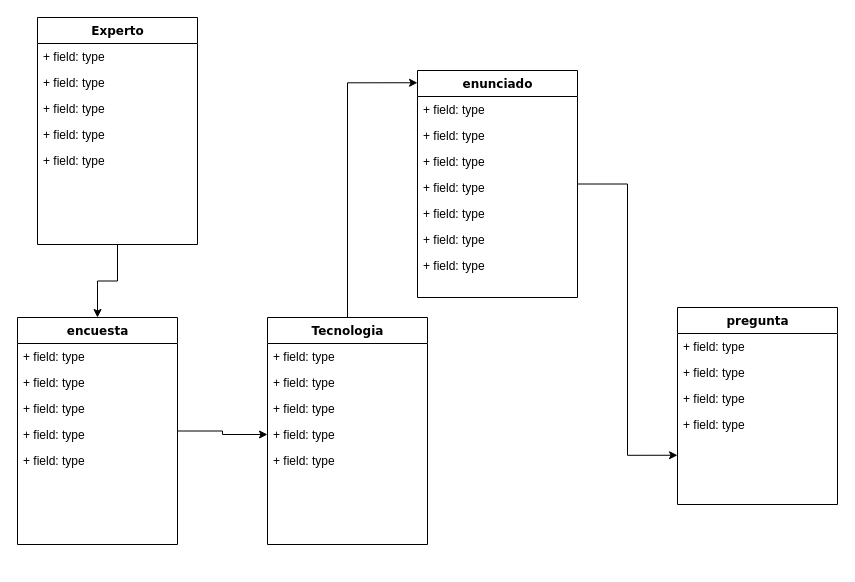
The draw.io diagram Diagrama sin título.drawio in cuerojr/analytics-google, before the edit. Source tidied: cells renumbered, new cells numbered last; positions are measured from the earlier drawing's top-left corner, leaving out a move shared by most shapes. Both pictures are drawn from the tidied source at 100%, with x=0, y=0 at pixel (17, 17).
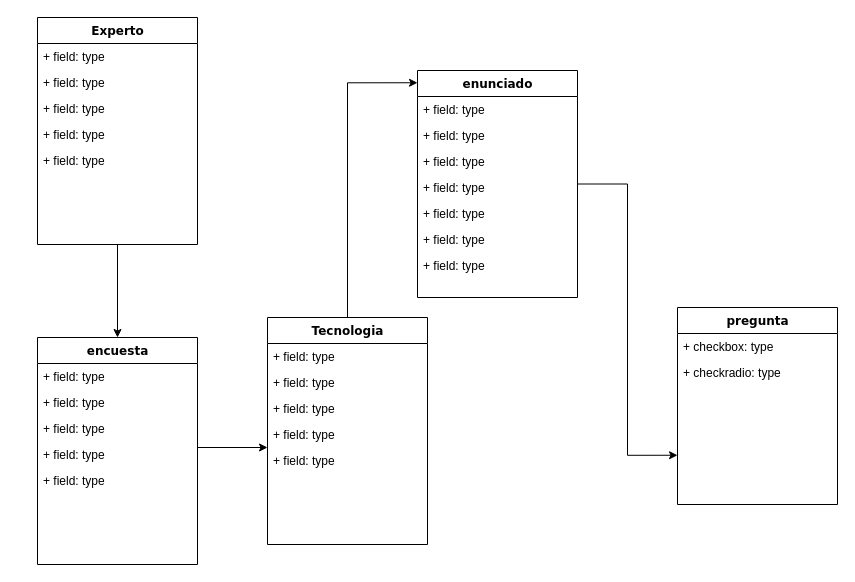
The same page after the edit.

The change refers to these unchanged cells:
```xml
<mxCell id="6" value="+ field: type" style="text;html=1;strokeColor=none;fillColor=none;align=left;verticalAlign=top;spacingLeft=4;spacingRight=4;whiteSpace=wrap;overflow=hidden;points=[[0,0.5],[1,0.5]];portConstraint=eastwest;" parent="2" vertex="1">
  <mxGeometry y="104" width="160" height="26" as="geometry" />
</mxCell>
<mxCell id="17" value="pregunta" style="swimlane;html=1;fontStyle=1;align=center;verticalAlign=top;horizontal=1;startSize=26;swimlaneFillColor=#ffffff;rounded=0;shadow=0;comic=0;labelBackgroundColor=none;strokeWidth=1;fillColor=none;fontFamily=Verdana;fontSize=12;" parent="1" vertex="1">
  <mxGeometry x="660" y="290" width="160" height="197" as="geometry" />
</mxCell>
<mxCell id="30" value="Experto" style="swimlane;html=1;fontStyle=1;align=center;verticalAlign=top;horizontal=1;startSize=26;swimlaneFillColor=#ffffff;rounded=0;shadow=0;comic=0;labelBackgroundColor=none;strokeWidth=1;fillColor=none;fontFamily=Verdana;fontSize=12;" parent="1" vertex="1">
  <mxGeometry x="20" width="160" height="227" as="geometry" />
</mxCell>
```

Change to the diagram source:
```diff
@@
-    <mxCell id="18" value="+ field: type" style="text;html=1;strokeColor=none;fillColor=none;align=left;verticalAlign=top;spacingLeft=4;spacingRight=4;whiteSpace=wrap;overflow=hidden;" parent="17" vertex="1">
-      <mxGeometry y="26" width="160" height="26" as="geometry" />
-    </mxCell>
-    <mxCell id="19" value="+ field: type" style="text;html=1;strokeColor=none;fillColor=none;align=left;verticalAlign=top;spacingLeft=4;spacingRight=4;whiteSpace=wrap;overflow=hidden;" parent="17" vertex="1">
-      <mxGeometry y="52" width="160" height="26" as="geometry" />
+    <mxCell id="19" value="+ checkbox: type" style="text;html=1;strokeColor=none;fillColor=none;align=left;verticalAlign=top;spacingLeft=4;spacingRight=4;whiteSpace=wrap;overflow=hidden;" parent="17" vertex="1">
+      <mxGeometry y="26" width="160" height="26" as="geometry" />
     </mxCell>
-    <mxCell id="20" value="+ field: type" style="text;html=1;strokeColor=none;fillColor=none;align=left;verticalAlign=top;spacingLeft=4;spacingRight=4;whiteSpace=wrap;overflow=hidden;" parent="17" vertex="1">
-      <mxGeometry y="78" width="160" height="26" as="geometry" />
-    </mxCell>
-    <mxCell id="21" value="+ field: type" style="text;html=1;strokeColor=none;fillColor=none;align=left;verticalAlign=top;spacingLeft=4;spacingRight=4;whiteSpace=wrap;overflow=hidden;" parent="17" vertex="1">
-      <mxGeometry y="104" width="160" height="26" as="geometry" />
+    <mxCell id="21" value="+ checkradio: type" style="text;html=1;strokeColor=none;fillColor=none;align=left;verticalAlign=top;spacingLeft=4;spacingRight=4;whiteSpace=wrap;overflow=hidden;" parent="17" vertex="1">
+      <mxGeometry y="52" width="160" height="26" as="geometry" />
     </mxCell>
     <mxCell id="22" style="edgeStyle=orthogonalEdgeStyle;rounded=0;jettySize=auto;html=1;" parent="1" edge="1" source="23" target="6">
-      <mxGeometry relative="1" as="geometry" />
+      <mxGeometry relative="1" as="geometry">
+        <Array as="points">
+          <mxPoint x="250" y="410" />
+          <mxPoint x="250" y="410" />
+        </Array>
+      </mxGeometry>
     </mxCell>
     <mxCell id="23" value="encuesta&lt;div&gt;&lt;br&gt;&lt;/div&gt;" style="swimlane;html=1;fontStyle=1;align=center;verticalAlign=top;horizontal=1;startSize=26;swimlaneFillColor=#ffffff;rounded=0;shadow=0;comic=0;labelBackgroundColor=none;strokeWidth=1;fillColor=none;fontFamily=Verdana;fontSize=12;" parent="1" vertex="1">
-      <mxGeometry y="300" width="160" height="227" as="geometry" />
+      <mxGeometry x="20" y="320" width="160" height="227" as="geometry" />
     </mxCell>
@@
     <mxCell id="29" style="edgeStyle=orthogonalEdgeStyle;rounded=0;jettySize=auto;html=1;" parent="1" edge="1" source="30" target="23">
-      <mxGeometry relative="1" as="geometry" />
+      <mxGeometry relative="1" as="geometry">
+        <Array as="points">
+          <mxPoint x="90" y="350" />
+          <mxPoint x="90" y="350" />
+        </Array>
+      </mxGeometry>
     </mxCell>
```
